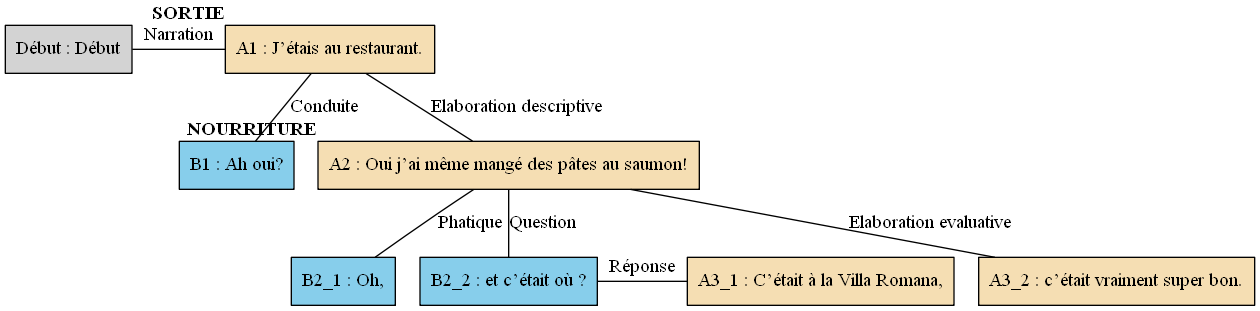
Earlier version of the Graphviz export arbres/Bac_a_sable/Bac_a_sable_-_A12.gv.png (AlaixComet/AnnotationSlamPTut). Its source is kept beside it as arbres/Bac_a_sable/Bac_a_sable_-_A12.gv.
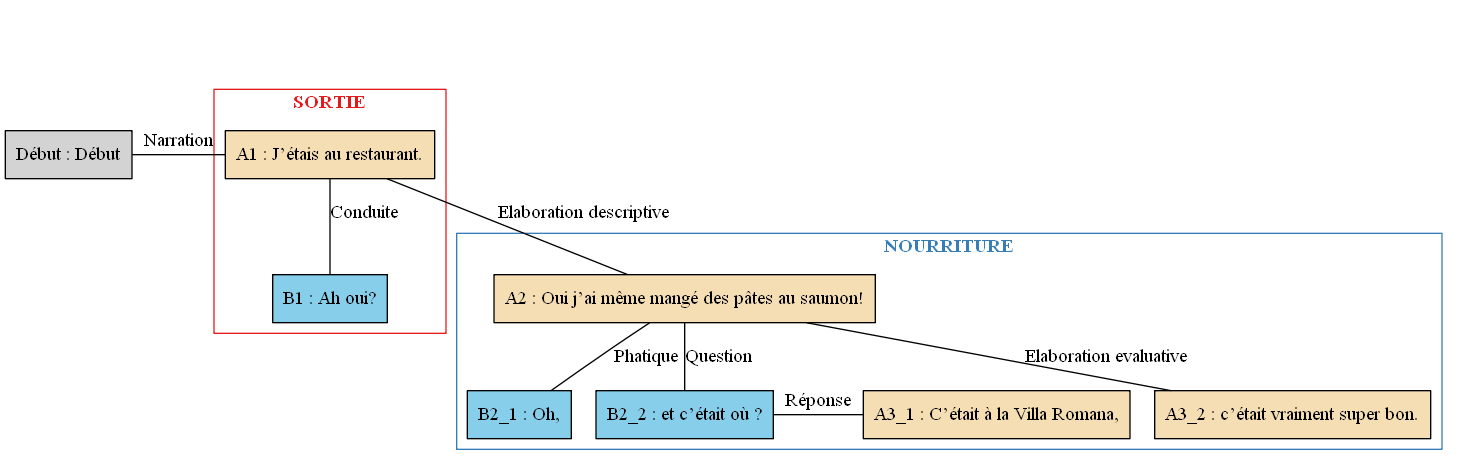
The same diagram one commit later.

The edit, as a diff of the source:
```diff
@@ -1,28 +1,42 @@
 digraph A12 {
 	node [shape=box style=filled]
-	"Début" [label="Début : Début" xlabel=""]
-	A1 [label="A1 : J’étais au restaurant." fillcolor=wheat xlabel=<<B>SORTIE</B>>]
-	B1 [label="B1 : Ah oui?" fillcolor=skyblue xlabel=""]
-	A2 [label="A2 : Oui j’ai même mangé des pâtes au saumon!" fillcolor=wheat xlabel=<<B>NOURRITURE</B>>]
-	B2_1 [label="B2_1 : Oh," fillcolor=skyblue xlabel=""]
-	B2_2 [label="B2_2 : et c’était où ?" fillcolor=skyblue xlabel=""]
-	A3_1 [label="A3_1 : C’était à la Villa Romana," fillcolor=wheat xlabel=""]
-	A3_2 [label="A3_2 : c’était vraiment super bon." fillcolor=wheat xlabel=""]
-	{
-		rank=same
-		"Début"
+	newrank=true
+	zero [style=invis]
+	"Début" [label="Début : Début"]
+	A1 [label="A1 : J’étais au restaurant." fillcolor=wheat]
+	B1 [label="B1 : Ah oui?" fillcolor=skyblue]
+	A2 [label="A2 : Oui j’ai même mangé des pâtes au saumon!" fillcolor=wheat]
+	B2_1 [label="B2_1 : Oh," fillcolor=skyblue]
+	B2_2 [label="B2_2 : et c’était où ?" fillcolor=skyblue]
+	A3_1 [label="A3_1 : C’était à la Villa Romana," fillcolor=wheat]
+	A3_2 [label="A3_2 : c’était vraiment super bon." fillcolor=wheat]
+	zero -> "Début" [label="" style=invis]
+	zero -> A1 [style=invis weight=1]
+	"Début" -> A1 [label=Narration constraint=false dir=none]
+	A1 -> B1 [label=Conduite dir=none weight=2]
+	A1 -> A2 [label="Elaboration descriptive" dir=none weight=2]
+	A2 -> B2_1 [label=Phatique dir=none weight=2]
+	A2 -> B2_2 [label=Question dir=none weight=2]
+	A2 -> A3_1 [style=invis weight=1]
+	B2_2 -> A3_1 [label="Réponse" constraint=false dir=none]
+	A2 -> A3_2 [label="Elaboration evaluative" dir=none weight=2]
+	subgraph cluster_1 {
+		label=<<B>SORTIE</B>>
+		colorscheme=set19
+		color=1
+		fontcolor=1
 		A1
-		"Début" -> A1 [label=Narration dir=none]
+		B1
 	}
-	A1 -> B1 [label=Conduite dir=none]
-	A1 -> A2 [label="Elaboration descriptive" dir=none]
-	A2 -> B2_1 [label=Phatique dir=none]
-	A2 -> B2_2 [label=Question dir=none]
-	{
-		rank=same
+	subgraph cluster_2 {
+		label=<<B>NOURRITURE</B>>
+		colorscheme=set19
+		color=2
+		fontcolor=2
+		A2
+		B2_1
 		B2_2
 		A3_1
-		B2_2 -> A3_1 [label="Réponse" dir=none]
+		A3_2
 	}
-	A2 -> A3_2 [label="Elaboration evaluative" dir=none]
 }
```
